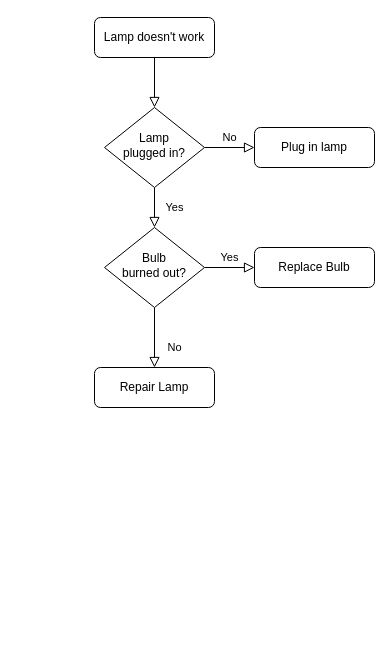
Earlier version of the draw.io diagram Untitled Diagram.drawio (vazkya/book.search). Source tidied: cells renumbered, new cells numbered last; positions are measured from the earlier drawing's top-left corner, leaving out a move shared by most shapes. Both pictures are drawn from the tidied source at 100%, with x=0, y=0 at pixel (94, 17).
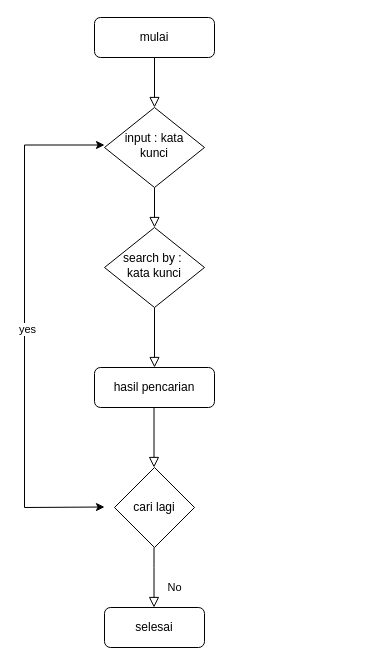
The same page after the edit.

Diff of the diagram source:
```diff
@@
-    <mxCell id="3" value="Lamp doesn't work" style="rounded=1;whiteSpace=wrap;html=1;fontSize=12;glass=0;strokeWidth=1;shadow=0;" parent="1" vertex="1">
+    <mxCell id="3" value="mulai" style="rounded=1;whiteSpace=wrap;html=1;fontSize=12;glass=0;strokeWidth=1;shadow=0;" parent="1" vertex="1">
       <mxGeometry width="120" height="40" as="geometry" />
     </mxCell>
-    <mxCell id="4" value="Yes" style="rounded=0;html=1;jettySize=auto;fontSize=11;endArrow=block;endFill=0;endSize=8;strokeWidth=1;shadow=0;labelBackgroundColor=none;edgeStyle=orthogonalEdgeStyle;" parent="1" edge="1" source="6" target="10">
+    <mxCell id="4" style="rounded=0;html=1;jettySize=auto;fontSize=11;endArrow=block;endFill=0;endSize=8;strokeWidth=1;shadow=0;labelBackgroundColor=none;edgeStyle=orthogonalEdgeStyle;" parent="1" edge="1" source="6" target="10">
       <mxGeometry y="20" relative="1" as="geometry" />
     </mxCell>
-    <mxCell id="5" value="No" style="edgeStyle=orthogonalEdgeStyle;rounded=0;html=1;jettySize=auto;fontSize=11;endArrow=block;endFill=0;endSize=8;strokeWidth=1;shadow=0;labelBackgroundColor=none;" parent="1" edge="1" source="6" target="7">
-      <mxGeometry y="10" relative="1" as="geometry" />
-    </mxCell>
-    <mxCell id="6" value="Lamp&lt;br&gt;plugged in?" style="rhombus;whiteSpace=wrap;html=1;shadow=0;fontFamily=Helvetica;fontSize=12;align=center;strokeWidth=1;spacing=6;spacingTop=-4;" parent="1" vertex="1">
+    <mxCell id="6" value="input : kata kunci" style="rhombus;whiteSpace=wrap;html=1;shadow=0;fontFamily=Helvetica;fontSize=12;align=center;strokeWidth=1;spacing=6;spacingTop=-4;" parent="1" vertex="1">
       <mxGeometry x="10" y="90" width="100" height="80" as="geometry" />
     </mxCell>
-    <mxCell id="7" value="Plug in lamp" style="rounded=1;whiteSpace=wrap;html=1;fontSize=12;glass=0;strokeWidth=1;shadow=0;" parent="1" vertex="1">
-      <mxGeometry x="160" y="110" width="120" height="40" as="geometry" />
-    </mxCell>
-    <mxCell id="8" value="No" style="rounded=0;html=1;jettySize=auto;fontSize=11;endArrow=block;endFill=0;endSize=8;strokeWidth=1;shadow=0;labelBackgroundColor=none;edgeStyle=orthogonalEdgeStyle;" parent="1" edge="1" source="10" target="11">
+    <mxCell id="8" style="rounded=0;html=1;jettySize=auto;fontSize=11;endArrow=block;endFill=0;endSize=8;strokeWidth=1;shadow=0;labelBackgroundColor=none;edgeStyle=orthogonalEdgeStyle;" parent="1" edge="1" source="10" target="11">
       <mxGeometry x="0.33" y="20" relative="1" as="geometry" />
     </mxCell>
-    <mxCell id="9" value="Yes" style="edgeStyle=orthogonalEdgeStyle;rounded=0;html=1;jettySize=auto;fontSize=11;endArrow=block;endFill=0;endSize=8;strokeWidth=1;shadow=0;labelBackgroundColor=none;" parent="1" edge="1" source="10" target="12">
-      <mxGeometry y="10" relative="1" as="geometry" />
-    </mxCell>
-    <mxCell id="10" value="Bulb&lt;br&gt;burned out?" style="rhombus;whiteSpace=wrap;html=1;shadow=0;fontFamily=Helvetica;fontSize=12;align=center;strokeWidth=1;spacing=6;spacingTop=-4;" parent="1" vertex="1">
+    <mxCell id="10" value="search by :&amp;nbsp;&lt;br&gt;kata kunci" style="rhombus;whiteSpace=wrap;html=1;shadow=0;fontFamily=Helvetica;fontSize=12;align=center;strokeWidth=1;spacing=6;spacingTop=-4;" parent="1" vertex="1">
       <mxGeometry x="10" y="210" width="100" height="80" as="geometry" />
     </mxCell>
-    <mxCell id="11" value="Repair Lamp" style="rounded=1;whiteSpace=wrap;html=1;fontSize=12;glass=0;strokeWidth=1;shadow=0;" parent="1" vertex="1">
+    <mxCell id="11" value="hasil pencarian" style="rounded=1;whiteSpace=wrap;html=1;fontSize=12;glass=0;strokeWidth=1;shadow=0;" parent="1" vertex="1">
       <mxGeometry y="350" width="120" height="40" as="geometry" />
     </mxCell>
-    <mxCell id="12" value="Replace Bulb" style="rounded=1;whiteSpace=wrap;html=1;fontSize=12;glass=0;strokeWidth=1;shadow=0;" parent="1" vertex="1">
-      <mxGeometry x="160" y="230" width="120" height="40" as="geometry" />
-    </mxCell>
+    <mxCell id="13" value="cari lagi" style="rhombus;whiteSpace=wrap;html=1;" parent="1" vertex="1">
+      <mxGeometry x="20" y="450" width="80" height="80" as="geometry" />
+    </mxCell>
+    <mxCell id="14" value="selesai" style="rounded=1;whiteSpace=wrap;html=1;" parent="1" vertex="1">
+      <mxGeometry x="10" y="590" width="100" height="40" as="geometry" />
+    </mxCell>
+    <mxCell id="15" style="rounded=0;html=1;jettySize=auto;orthogonalLoop=1;fontSize=11;endArrow=block;endFill=0;endSize=8;strokeWidth=1;shadow=0;labelBackgroundColor=none;edgeStyle=orthogonalEdgeStyle;" parent="1" edge="1">
+      <mxGeometry x="0.33" y="20" relative="1" as="geometry">
+        <mxPoint x="59.5" y="390" as="sourcePoint" />
+        <mxPoint x="59.5" y="450" as="targetPoint" />
+      </mxGeometry>
+    </mxCell>
+    <mxCell id="5" value="No" style="rounded=0;html=1;jettySize=auto;orthogonalLoop=1;fontSize=11;endArrow=block;endFill=0;endSize=8;strokeWidth=1;shadow=0;labelBackgroundColor=none;edgeStyle=orthogonalEdgeStyle;" parent="1" edge="1">
+      <mxGeometry x="0.33" y="20" relative="1" as="geometry">
+        <mxPoint x="59.5" y="530" as="sourcePoint" />
+        <mxPoint x="59.5" y="590" as="targetPoint" />
+        <Array as="points">
+          <mxPoint x="59.5" y="550" />
+          <mxPoint x="59.5" y="550" />
+        </Array>
+      </mxGeometry>
+    </mxCell>
+    <mxCell id="16" style="endArrow=classic;html=1;rounded=0;" parent="1" edge="1">
+      <mxGeometry relative="1" as="geometry">
+        <mxPoint x="-70" y="490" as="sourcePoint" />
+        <mxPoint x="10" y="127.5" as="targetPoint" />
+        <Array as="points">
+          <mxPoint x="-70" y="127.5" />
+        </Array>
+      </mxGeometry>
+    </mxCell>
+    <mxCell id="17" value="yes" style="edgeLabel;html=1;align=center;verticalAlign=middle;" parent="16" vertex="1">
+      <mxGeometry x="-0.19" y="-2" relative="1" as="geometry" />
+    </mxCell>
+    <mxCell id="18" style="endArrow=classic;html=1;rounded=0;" parent="1" edge="1">
+      <mxGeometry relative="1" as="geometry">
+        <mxPoint x="-70" y="490" as="sourcePoint" />
+        <mxPoint x="10" y="489.5" as="targetPoint" />
+      </mxGeometry>
+    </mxCell>
```
